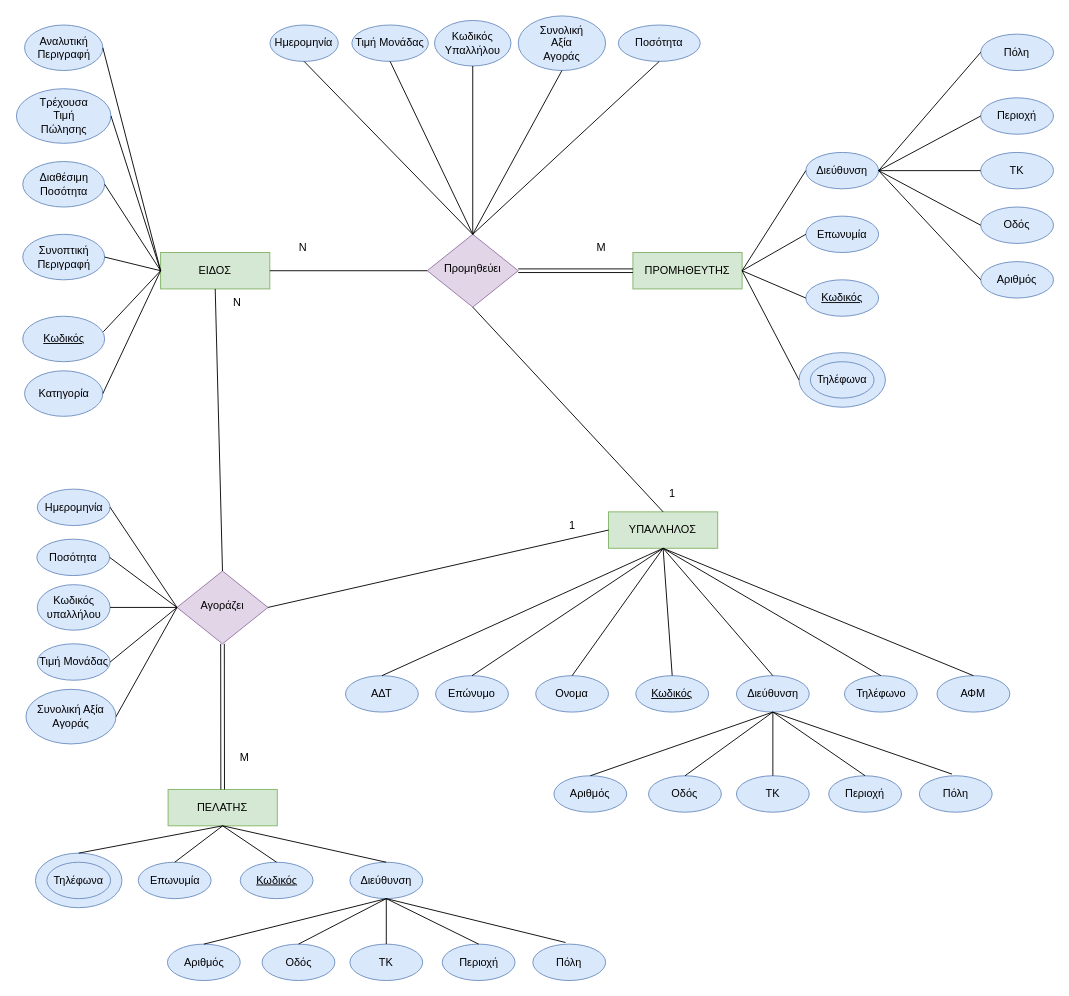
Earlier version of the draw.io diagram ERDiagramFlowchart.drawio (Lazini/ERDiagram). Source tidied: cells renumbered, new cells numbered last; positions are measured from the earlier drawing's top-left corner, leaving out a move shared by most shapes. Both pictures are drawn from the tidied source at 91%, with x=0, y=0 at pixel (15, 15).
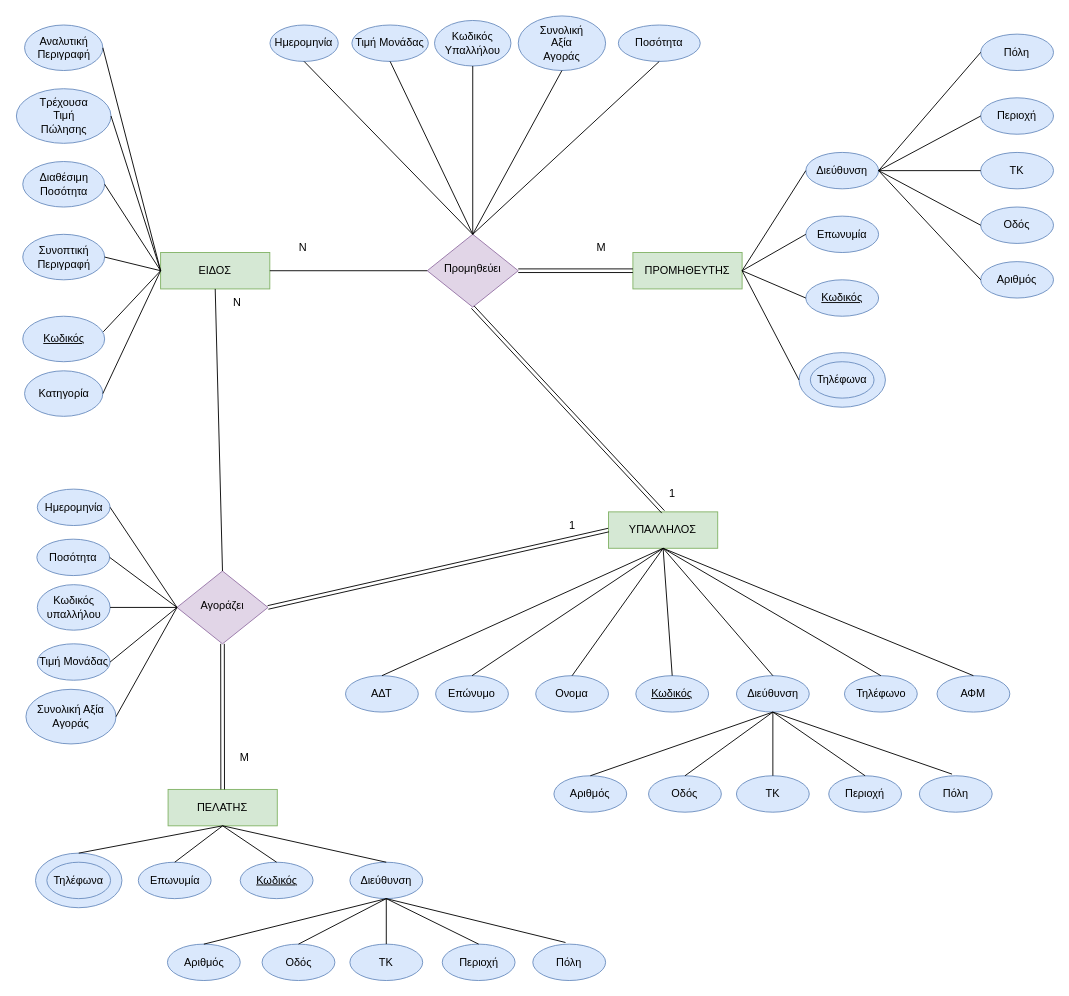
The same diagram, later.

Commit message:
Update ERDiagramFlowchart.drawio to links YPALLHLOS

The change refers to these unchanged cells:
```xml
<mxCell id="5" value="&lt;div&gt;ΥΠΑΛΛΗΛΟΣ&lt;/div&gt;" style="rounded=0;whiteSpace=wrap;html=1;fontSize=12;glass=0;strokeWidth=1;shadow=0;fillColor=#d5e8d4;strokeColor=#82b366;" parent="1" vertex="1">
  <mxGeometry x="651.2" y="545" width="120" height="40" as="geometry" />
</mxCell>
<mxCell id="6" value="Προμηθεύει" style="rhombus;whiteSpace=wrap;html=1;shadow=0;fontFamily=Helvetica;fontSize=12;align=center;strokeWidth=1;spacing=6;spacingTop=-4;fillColor=#e1d5e7;strokeColor=#9673a6;" parent="1" vertex="1">
  <mxGeometry x="452" y="240" width="100" height="80" as="geometry" />
</mxCell>
<mxCell id="42" value="&lt;div&gt;Αγοράζει&lt;/div&gt;" style="rhombus;whiteSpace=wrap;html=1;shadow=0;fontFamily=Helvetica;fontSize=12;align=center;strokeWidth=1;spacing=6;spacingTop=-4;fillColor=#e1d5e7;strokeColor=#9673a6;" parent="1" vertex="1">
  <mxGeometry x="177" y="610" width="100" height="80" as="geometry" />
</mxCell>
```

The edit, as a diff of the source:
```diff
@@
-    <mxCell id="110" style="endArrow=none;html=1;rounded=0;entryX=0.5;entryY=1;entryDx=0;entryDy=0;exitX=0.5;exitY=0;exitDx=0;exitDy=0;" parent="1" edge="1" source="5" target="6">
+    <mxCell id="110" style="endArrow=none;html=1;rounded=0;entryX=0.5;entryY=1;entryDx=0;entryDy=0;exitX=0.5;exitY=0;exitDx=0;exitDy=0;shape=link;" parent="1" edge="1" source="5" target="6">
       <mxGeometry relative="1" as="geometry" />
     </mxCell>
-    <mxCell id="111" style="endArrow=none;html=1;rounded=0;exitX=1;exitY=0.5;exitDx=0;exitDy=0;entryX=0;entryY=0.5;entryDx=0;entryDy=0;" parent="1" edge="1" source="42" target="5">
+    <mxCell id="111" style="endArrow=none;html=1;rounded=0;exitX=1;exitY=0.5;exitDx=0;exitDy=0;entryX=0;entryY=0.5;entryDx=0;entryDy=0;shape=link;" parent="1" edge="1" source="42" target="5">
       <mxGeometry relative="1" as="geometry" />
     </mxCell>
```
